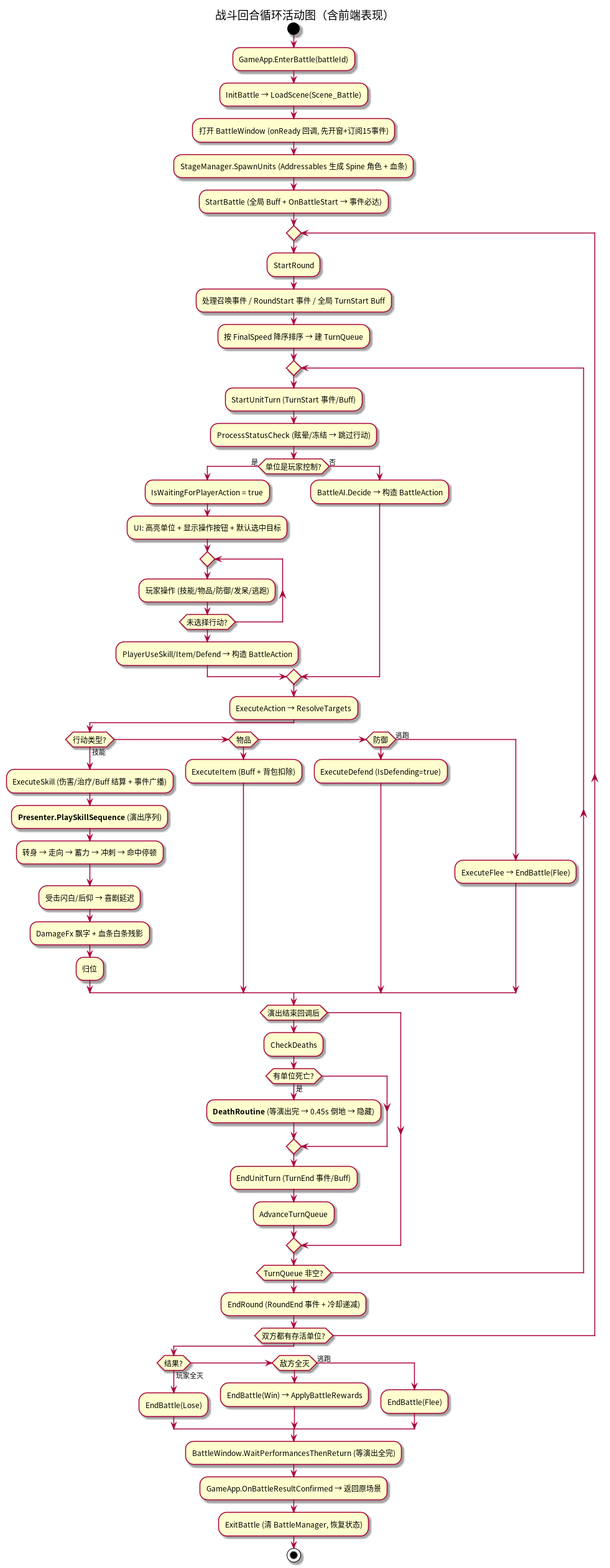
This is Docs/战斗系统UML/battle_activity.png from SaluteBEE/Hippo-s-Epic, a PlantUML export, as it was before one commit. Its source is kept beside it as Docs/战斗系统UML/battle_activity.puml.
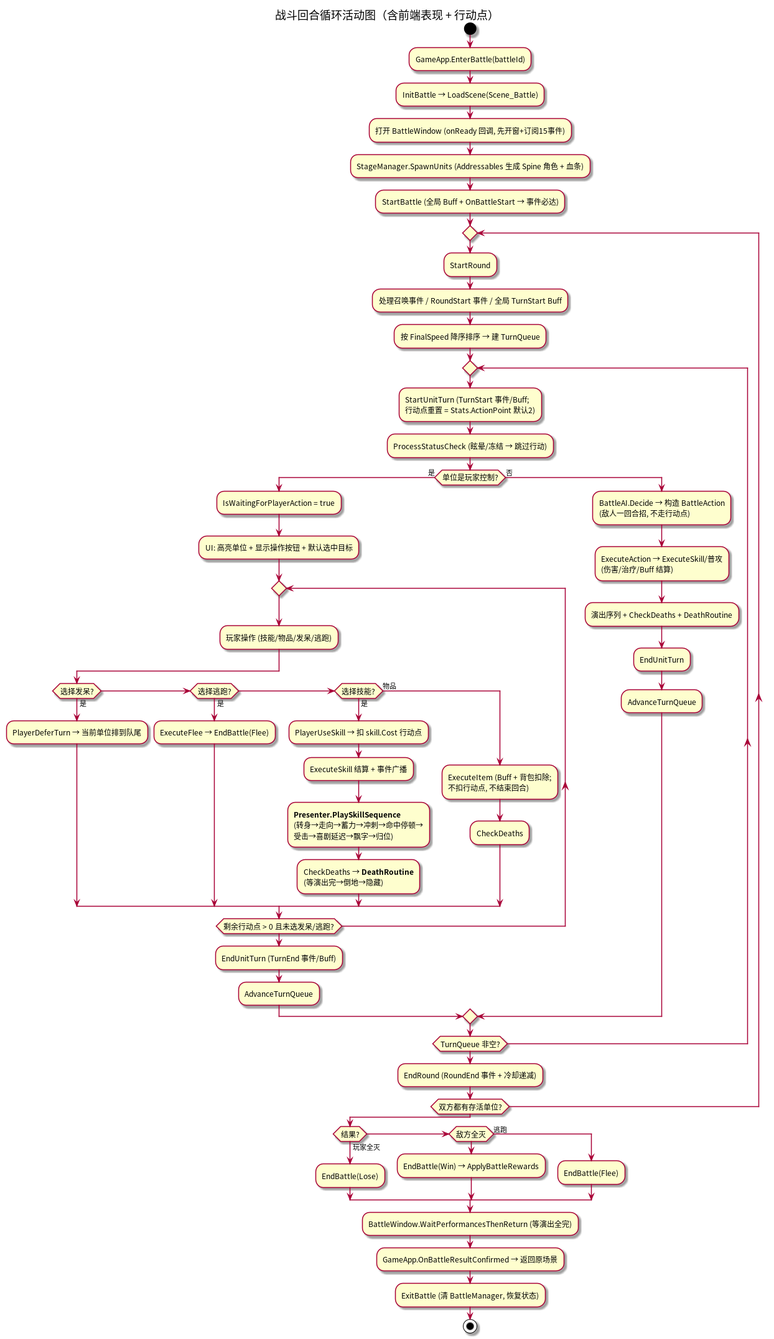
Above is the later version.

Diff of the diagram source:
```diff
@@ -3,7 +3,7 @@
 skinparam activityFontSize 12
 skinparam activityDiamondFontSize 12
 
-title 战斗回合循环活动图（含前端表现）
+title 战斗回合循环活动图（含前端表现 + 行动点）
 
 start
 :GameApp.EnterBattle(battleId);
@@ -17,41 +17,34 @@
   :处理召唤事件 / RoundStart 事件 / 全局 TurnStart Buff;
   :按 FinalSpeed 降序排序 → 建 TurnQueue;
   repeat
-    :StartUnitTurn (TurnStart 事件/Buff);
+    :StartUnitTurn (TurnStart 事件/Buff;\n行动点重置 = Stats.ActionPoint 默认2);
     :ProcessStatusCheck (眩晕/冻结 → 跳过行动);
     if (单位是玩家控制?) then (是)
       :IsWaitingForPlayerAction = true;
       :UI: 高亮单位 + 显示操作按钮 + 默认选中目标;
       repeat
-        :玩家操作 (技能/物品/防御/发呆/逃跑);
-      repeatwhile (未选择行动?)
-      :PlayerUseSkill/Item/Defend → 构造 BattleAction;
+        :玩家操作 (技能/物品/发呆/逃跑);
+        if (选择发呆?) then (是)
+          :PlayerDeferTurn → 当前单位排到队尾;
+        elseif (选择逃跑?) then (是)
+          :ExecuteFlee → EndBattle(Flee);
+        elseif (选择技能?) then (是)
+          :PlayerUseSkill → 扣 skill.Cost 行动点;
+          :ExecuteSkill → QueuePendingHit 暂存伤害\n(不立即扣血);
+          :**Presenter.PlaySkillSequence**\n(转身→走向→蓄力→冲刺→命中停顿→\n受击闪白/后仰→[打击时刻] ResolvePendingHits\n真正扣血→喜剧延迟→飘字→归位);
+          :CheckDeaths → **DeathRoutine**\n(等演出完→倒地→隐藏);
+        else (物品)
+          :ExecuteItem (Buff + 背包扣除;\n不扣行动点, 不结束回合);
+          :CheckDeaths;
+        endif
+      repeatwhile (剩余行动点 > 0 且未选发呆/逃跑?)
+      :EndUnitTurn (TurnEnd 事件/Buff);
+      :AdvanceTurnQueue;
     else (否)
-      :BattleAI.Decide → 构造 BattleAction;
-    endif
-
-    :ExecuteAction → ResolveTargets;
-    if (行动类型?) then (技能)
-      :ExecuteSkill (伤害/治疗/Buff 结算 + 事件广播);
-      :**Presenter.PlaySkillSequence** (演出序列);
-      :转身 → 走向 → 蓄力 → 冲刺 → 命中停顿;
-      :受击闪白/后仰 → 喜剧延迟;
-      :DamageFx 飘字 + 血条白条残影;
-      :归位;
-    elseif (物品) then
-      :ExecuteItem (Buff + 背包扣除);
-    elseif (防御) then
-      :ExecuteDefend (IsDefending=true);
-    else (逃跑)
-      :ExecuteFlee → EndBattle(Flee);
-    endif
-
-    if (演出结束回调后) then
-      :CheckDeaths;
-      if (有单位死亡?) then (是)
-        :**DeathRoutine** (等演出完 → 0.45s 倒地 → 隐藏);
-      endif
-      :EndUnitTurn (TurnEnd 事件/Buff);
+      :BattleAI.Decide → 构造 BattleAction\n(敌人一回合招, 不走行动点);
+      :ExecuteAction → ExecuteSkill/普攻\n(QueuePendingHit 暂存 → 演出打击时刻结算);
+      :演出序列 + CheckDeaths + DeathRoutine;
+      :EndUnitTurn;
       :AdvanceTurnQueue;
     endif
   repeatwhile (TurnQueue 非空?)
```
